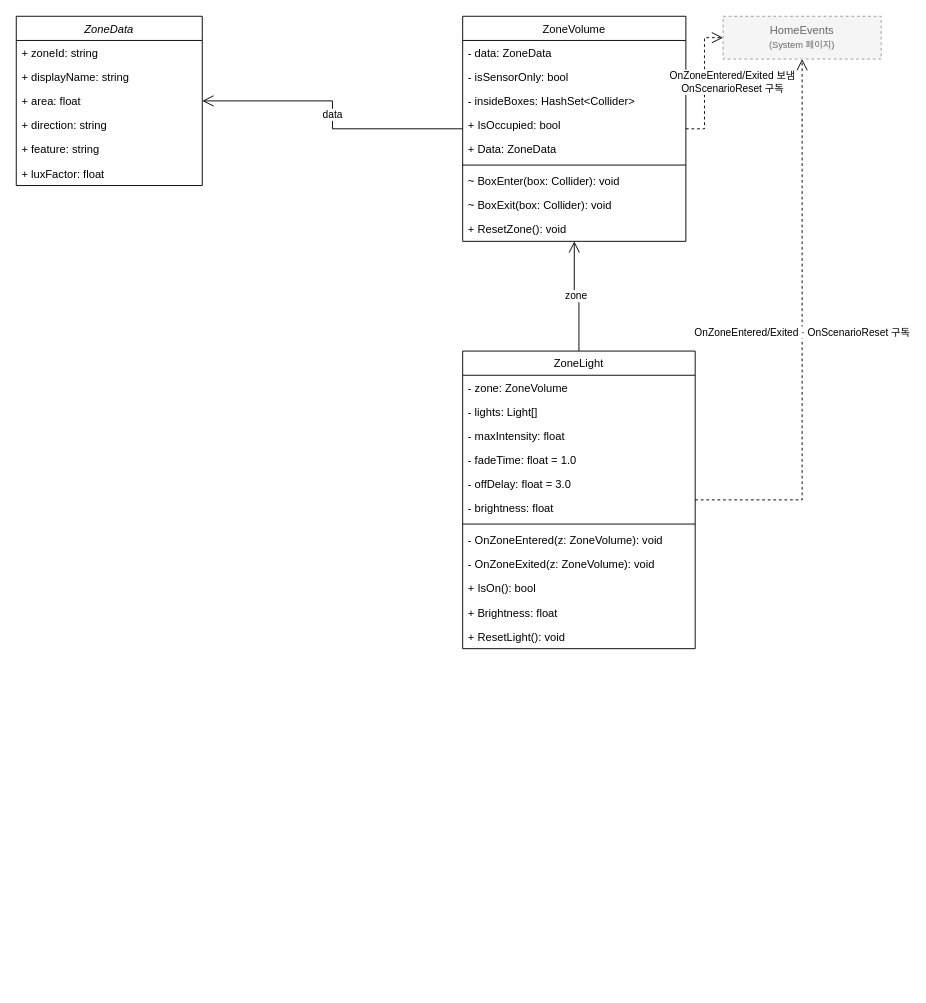
Before: page "Zone" (2 of 7) of docs/COM_core_Devices.drawio in JJUNI-01-KOR/com-modelhouse, a draw.io diagram. Source tidied: cells renumbered, new cells numbered last; positions are measured from the earlier drawing's top-left corner, leaving out a move shared by most shapes. Both pictures are drawn from the tidied source at 93%, with x=0, y=0 at pixel (16, 16).
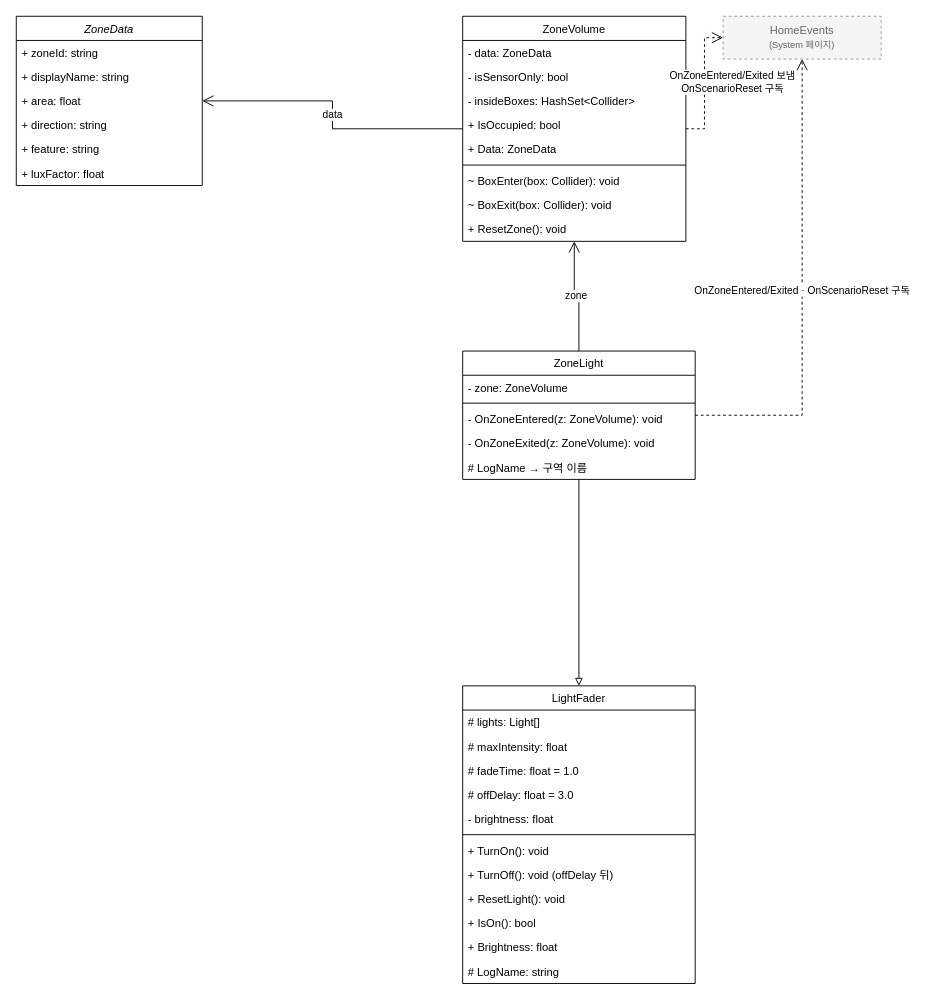
After the change.

What changed in the source:
```diff
@@
     <mxCell id="9" value="ZoneLight" style="swimlane;fontStyle=0;align=center;verticalAlign=top;horizontal=1;startSize=26;rounded=0;shadow=0;strokeWidth=1;" parent="1" vertex="1">
-      <mxGeometry x="480" y="360" width="250" height="320" as="geometry" />
+      <mxGeometry x="480" y="360" width="250" height="138" as="geometry" />
     </mxCell>
@@
-    <mxCell id="11" value="- lights: Light[]" style="text;align=left;verticalAlign=top;spacingLeft=4;spacingRight=4;overflow=hidden;" parent="9" vertex="1">
-      <mxGeometry y="52" width="250" height="26" as="geometry" />
+    <mxCell id="11" style="line;html=1;strokeWidth=1;align=left;verticalAlign=middle;spacingTop=-1;spacingLeft=3;spacingRight=3;labelPosition=right;" parent="9" vertex="1">
+      <mxGeometry y="52" width="250" height="8" as="geometry" />
     </mxCell>
-    <mxCell id="12" value="- maxIntensity: float" style="text;align=left;verticalAlign=top;spacingLeft=4;spacingRight=4;overflow=hidden;" parent="9" vertex="1">
-      <mxGeometry y="78" width="250" height="26" as="geometry" />
+    <mxCell id="12" value="- OnZoneEntered(z: ZoneVolume): void" style="text;align=left;verticalAlign=top;spacingLeft=4;spacingRight=4;overflow=hidden;" parent="9" vertex="1">
+      <mxGeometry y="60" width="250" height="26" as="geometry" />
     </mxCell>
-    <mxCell id="13" value="- fadeTime: float = 1.0" style="text;align=left;verticalAlign=top;spacingLeft=4;spacingRight=4;overflow=hidden;" parent="9" vertex="1">
-      <mxGeometry y="104" width="250" height="26" as="geometry" />
+    <mxCell id="13" value="- OnZoneExited(z: ZoneVolume): void" style="text;align=left;verticalAlign=top;spacingLeft=4;spacingRight=4;overflow=hidden;" parent="9" vertex="1">
+      <mxGeometry y="86" width="250" height="26" as="geometry" />
     </mxCell>
-    <mxCell id="14" value="- offDelay: float = 3.0" style="text;align=left;verticalAlign=top;spacingLeft=4;spacingRight=4;overflow=hidden;" parent="9" vertex="1">
-      <mxGeometry y="130" width="250" height="26" as="geometry" />
+    <mxCell id="14" value="# LogName → 구역 이름" style="text;align=left;verticalAlign=top;spacingLeft=4;spacingRight=4;overflow=hidden;" parent="9" vertex="1">
+      <mxGeometry y="112" width="250" height="26" as="geometry" />
     </mxCell>
+    <mxCell id="37" value="LightFader" style="swimlane;fontStyle=0;align=center;verticalAlign=top;horizontal=1;startSize=26;rounded=0;shadow=0;strokeWidth=1;" parent="1" vertex="1">
+      <mxGeometry x="480" y="720" width="250" height="320" as="geometry" />
+    </mxCell>
+    <mxCell id="38" value="# lights: Light[]" style="text;align=left;verticalAlign=top;spacingLeft=4;spacingRight=4;overflow=hidden;" parent="37" vertex="1">
+      <mxGeometry y="26" width="250" height="26" as="geometry" />
+    </mxCell>
+    <mxCell id="39" value="# maxIntensity: float" style="text;align=left;verticalAlign=top;spacingLeft=4;spacingRight=4;overflow=hidden;" parent="37" vertex="1">
+      <mxGeometry y="52" width="250" height="26" as="geometry" />
+    </mxCell>
+    <mxCell id="40" value="# fadeTime: float = 1.0" style="text;align=left;verticalAlign=top;spacingLeft=4;spacingRight=4;overflow=hidden;" parent="37" vertex="1">
+      <mxGeometry y="78" width="250" height="26" as="geometry" />
+    </mxCell>
+    <mxCell id="41" value="# offDelay: float = 3.0" style="text;align=left;verticalAlign=top;spacingLeft=4;spacingRight=4;overflow=hidden;" parent="37" vertex="1">
+      <mxGeometry y="104" width="250" height="26" as="geometry" />
+    </mxCell>
-    <mxCell id="15" value="- brightness: float" style="text;align=left;verticalAlign=top;spacingLeft=4;spacingRight=4;overflow=hidden;" parent="9" vertex="1">
-      <mxGeometry y="156" width="250" height="26" as="geometry" />
+    <mxCell id="15" value="- brightness: float" style="text;align=left;verticalAlign=top;spacingLeft=4;spacingRight=4;overflow=hidden;" parent="37" vertex="1">
+      <mxGeometry y="130" width="250" height="26" as="geometry" />
     </mxCell>
-    <mxCell id="16" style="line;html=1;strokeWidth=1;align=left;verticalAlign=middle;spacingTop=-1;spacingLeft=3;spacingRight=3;labelPosition=right;" parent="9" vertex="1">
-      <mxGeometry y="182" width="250" height="8" as="geometry" />
-    </mxCell>
-    <mxCell id="17" value="- OnZoneEntered(z: ZoneVolume): void" style="text;align=left;verticalAlign=top;spacingLeft=4;spacingRight=4;overflow=hidden;" parent="9" vertex="1">
-      <mxGeometry y="190" width="250" height="26" as="geometry" />
-    </mxCell>
-    <mxCell id="18" value="- OnZoneExited(z: ZoneVolume): void" style="text;align=left;verticalAlign=top;spacingLeft=4;spacingRight=4;overflow=hidden;" parent="9" vertex="1">
-      <mxGeometry y="216" width="250" height="26" as="geometry" />
-    </mxCell>
+    <mxCell id="42" style="line;html=1;strokeWidth=1;align=left;verticalAlign=middle;spacingTop=-1;spacingLeft=3;spacingRight=3;labelPosition=right;" parent="37" vertex="1">
+      <mxGeometry y="156" width="250" height="8" as="geometry" />
+    </mxCell>
+    <mxCell id="43" value="+ TurnOn(): void" style="text;align=left;verticalAlign=top;spacingLeft=4;spacingRight=4;overflow=hidden;" parent="37" vertex="1">
+      <mxGeometry y="164" width="250" height="26" as="geometry" />
+    </mxCell>
+    <mxCell id="44" value="+ TurnOff(): void  (offDelay 뒤)" style="text;align=left;verticalAlign=top;spacingLeft=4;spacingRight=4;overflow=hidden;" parent="37" vertex="1">
+      <mxGeometry y="190" width="250" height="26" as="geometry" />
+    </mxCell>
+    <mxCell id="21" value="+ ResetLight(): void" style="text;align=left;verticalAlign=top;spacingLeft=4;spacingRight=4;overflow=hidden;" parent="37" vertex="1">
+      <mxGeometry y="216" width="250" height="26" as="geometry" />
+    </mxCell>
-    <mxCell id="19" value="+ IsOn(): bool" style="text;align=left;verticalAlign=top;spacingLeft=4;spacingRight=4;overflow=hidden;" parent="9" vertex="1">
+    <mxCell id="19" value="+ IsOn(): bool" style="text;align=left;verticalAlign=top;spacingLeft=4;spacingRight=4;overflow=hidden;" parent="37" vertex="1">
       <mxGeometry y="242" width="250" height="26" as="geometry" />
     </mxCell>
-    <mxCell id="20" value="+ Brightness: float" style="text;align=left;verticalAlign=top;spacingLeft=4;spacingRight=4;overflow=hidden;" parent="9" vertex="1">
+    <mxCell id="20" value="+ Brightness: float" style="text;align=left;verticalAlign=top;spacingLeft=4;spacingRight=4;overflow=hidden;" parent="37" vertex="1">
       <mxGeometry y="268" width="250" height="26" as="geometry" />
     </mxCell>
-    <mxCell id="21" value="+ ResetLight(): void" style="text;align=left;verticalAlign=top;spacingLeft=4;spacingRight=4;overflow=hidden;" parent="9" vertex="1">
-      <mxGeometry y="294" width="250" height="26" as="geometry" />
-    </mxCell>
+    <mxCell id="45" value="# LogName: string" style="text;align=left;verticalAlign=top;spacingLeft=4;spacingRight=4;overflow=hidden;" parent="37" vertex="1">
+      <mxGeometry y="294" width="250" height="26" as="geometry" />
+    </mxCell>
@@
+    <mxCell id="46" style="endArrow=block;endFill=0;html=1;rounded=0;" parent="1" edge="1" source="9" target="37">
+      <mxGeometry relative="1" as="geometry" />
+    </mxCell>
```
